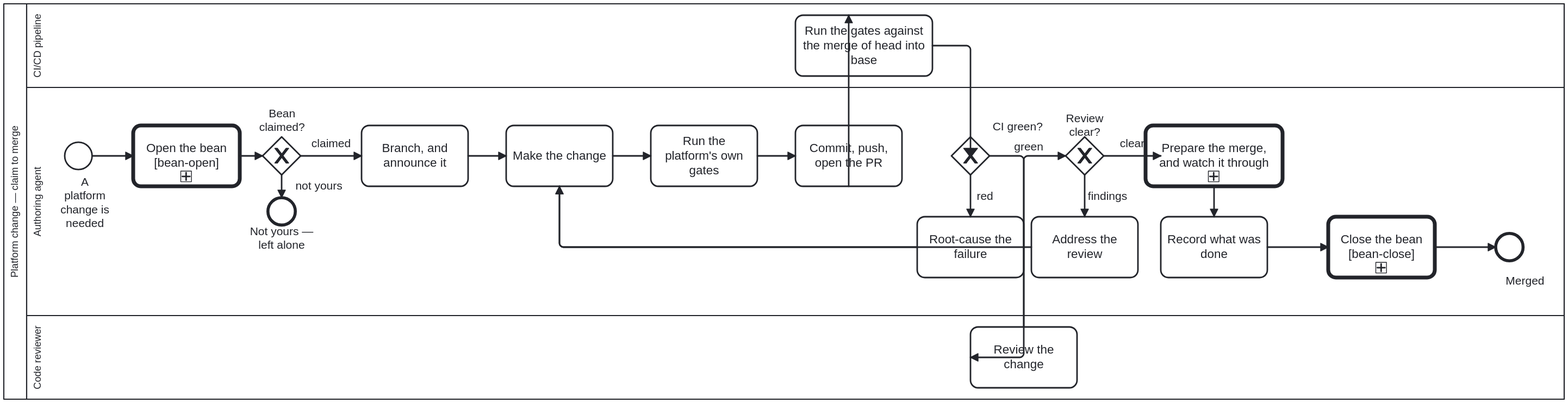
Before: docs/assets/img/workflows/code-change-review.svg, a diagram exported from BPMN (litlfred/cat-harness). Its source is kept beside it as processes/sdlc/code-change-review.bpmn. Ids are renumbered.
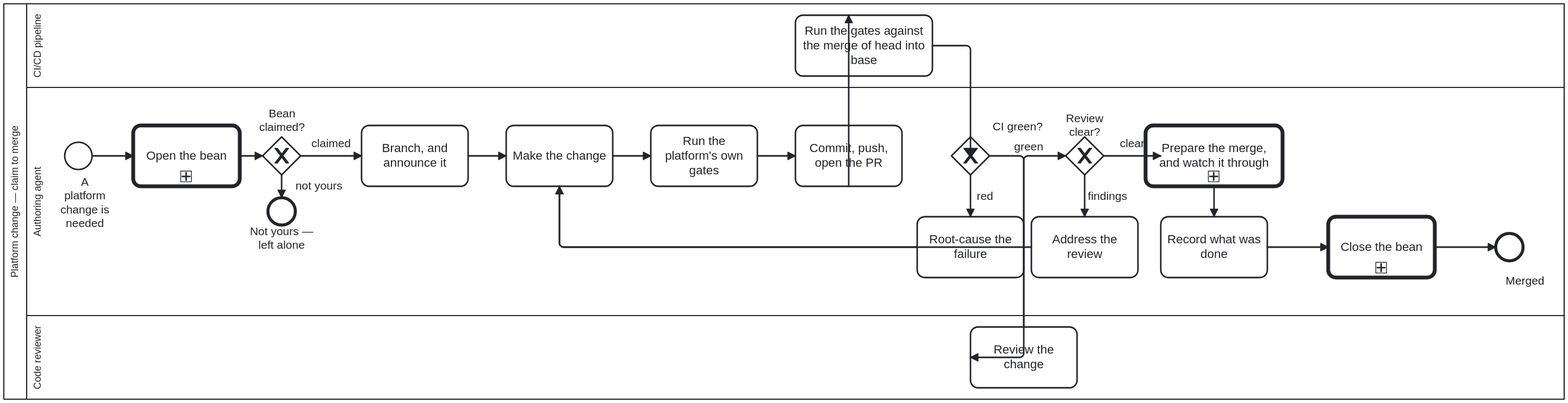
Above is the later version.

Change to the diagram source:
```diff
@@ -123,7 +123,7 @@
       <bpmn:outgoing>f1</bpmn:outgoing>
     </bpmn:startEvent>
 
-    <bpmn:callActivity id="Task_ClaimBean" name="Open the bean&#10;[bean-open]" calledElement="Process_BeanOpen">
+    <bpmn:callActivity id="Task_ClaimBean" name="Open the bean" calledElement="Process_BeanOpen">
       <bpmn:documentation>Process_BeanOpen: check before you create, find out whose the bean is, and claim it — or leave it alone when it is someone else's. The one place a claim is drawn (bean m8gz, owner 2026-10-24); the gateway after this reads which end it reached.</bpmn:documentation>
       <bpmn:extensionElements><bootstrap.processes:skill ref="bean-coordination"/></bpmn:extensionElements>
           <bpmn:incoming>f1</bpmn:incoming>
@@ -269,7 +269,7 @@
       <bpmn:outgoing>f17</bpmn:outgoing>
     </bpmn:task>
 
-    <bpmn:callActivity id="Task_ArchiveBean" name="Close the bean&#10;[bean-close]" calledElement="Process_BeanClose">
+    <bpmn:callActivity id="Task_ArchiveBean" name="Close the bean" calledElement="Process_BeanClose">
       <bpmn:documentation>Process_BeanClose: end the bean in a state that says why — complete and archive it, scrap it with its reasons and archive it, or record the blocker and hand it back. The one place resolve and archive are drawn (bean m8gz, owner 2026-10-24); placed straight before the end so the engine's resolve sees nothing left but the archive step.</bpmn:documentation>
       <bpmn:extensionElements><bootstrap.processes:skill ref="todo-manager"/></bpmn:extensionElements>
           <bpmn:incoming>f17</bpmn:incoming>
```
